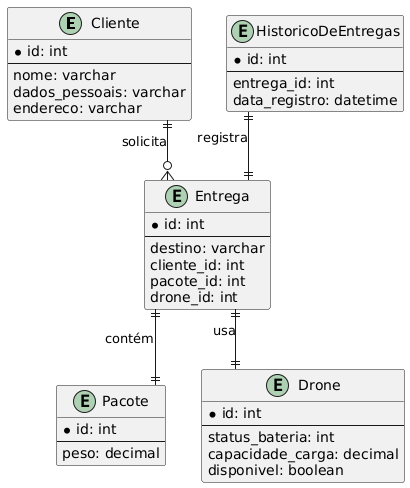
caiosaraiv1/UML-Classroom-FCI keeps this PlantUML diagram as docs/bancoDeDados.png. Above is the earlier version.
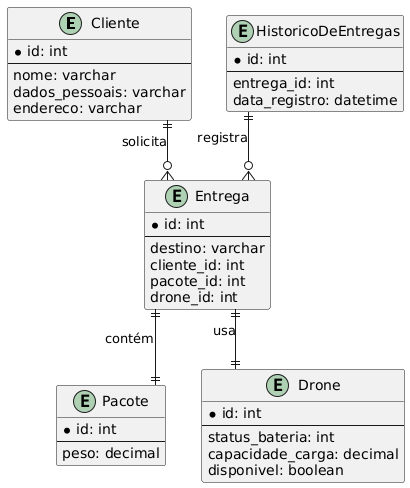
The same file after the commit.

Commit message:
banco de dados

The edit, as a diff of the source:
```diff
@@ -45,5 +45,5 @@
 
 Entrega ||--|| Drone : "usa"
 
-HistoricoDeEntregas ||--|| Entrega : "registra"
+HistoricoDeEntregas ||--o{ Entrega : "registra"
 @enduml
```
